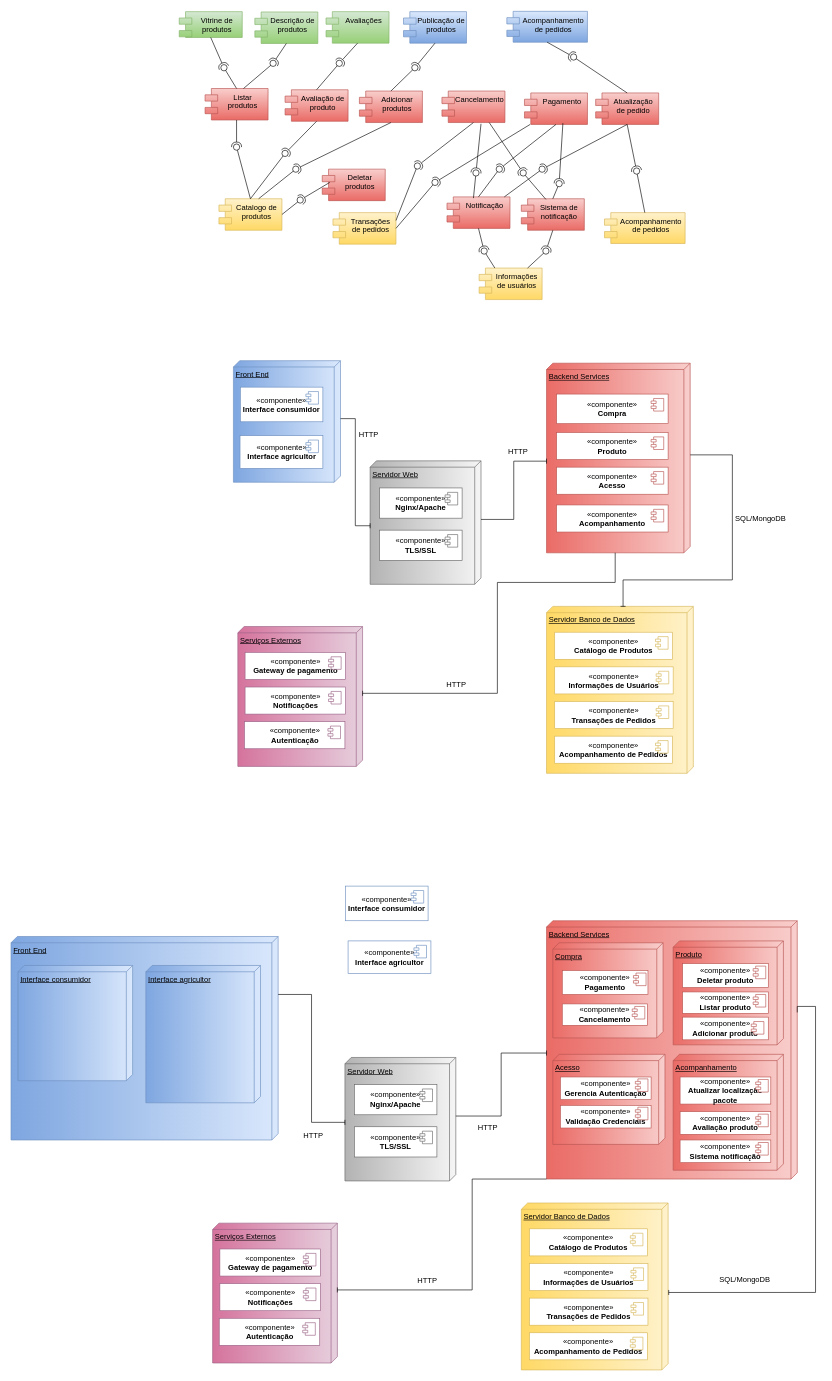
This is Diagrama sem nome.drawio from davimicale/Patinho-Feio-do-Legume, a draw.io file, before an edit. Source tidied: cells renumbered, new cells numbered last; positions are measured from the earlier drawing's top-left corner, leaving out a move shared by most shapes. Both pictures are drawn from the tidied source at 63%, with x=0, y=0 at pixel (11, 11).
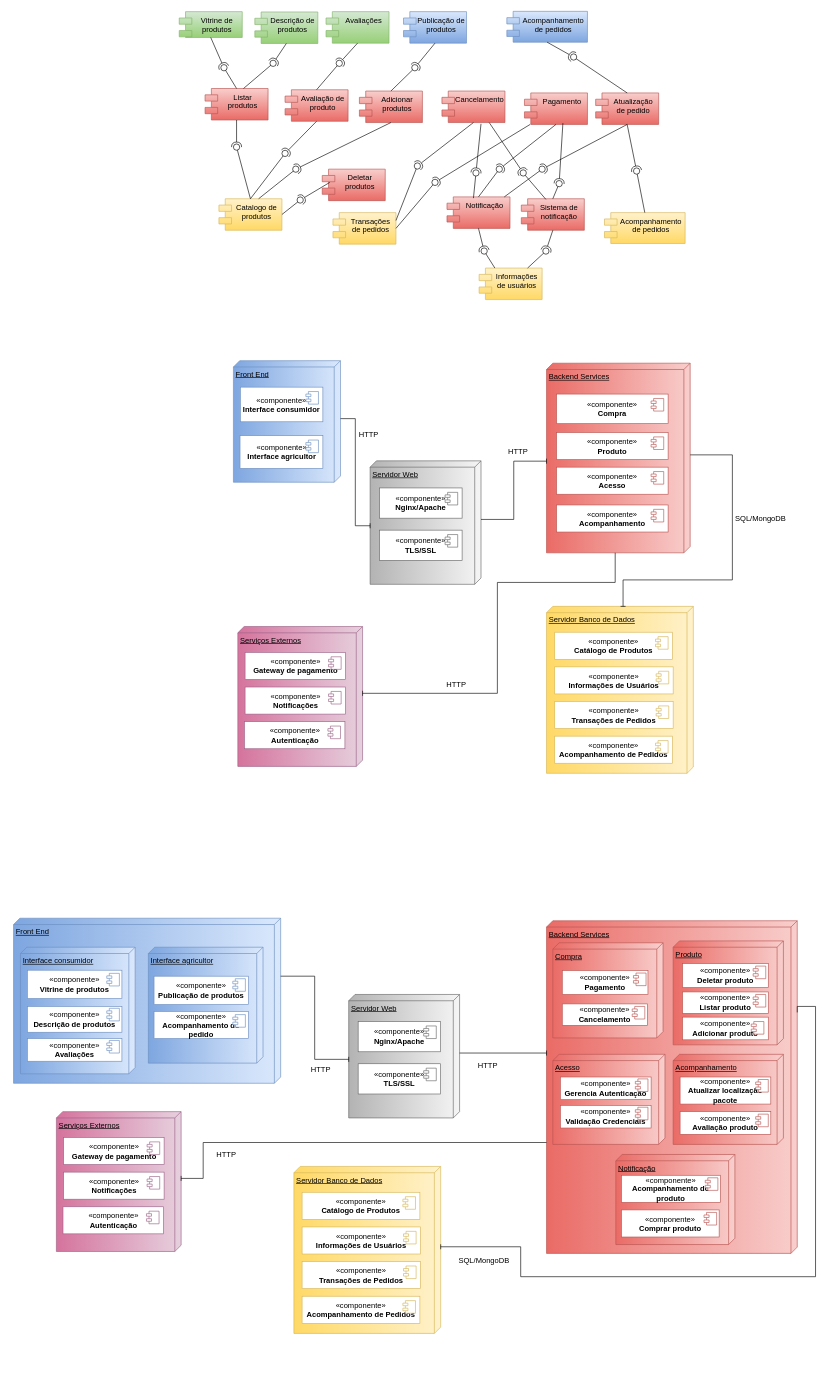
Above is the later version.

What changed in the source:
```diff
@@
     <mxCell id="120" value="Front End" style="verticalAlign=top;align=left;spacingTop=8;spacingLeft=2;spacingRight=12;shape=cube;size=10;direction=south;fontStyle=4;html=1;whiteSpace=wrap;fillColor=#dae8fc;gradientColor=#7ea6e0;strokeColor=#6C8EBF;" parent="1" vertex="1">
-      <mxGeometry y="1469" width="424" height="323" as="geometry" />
+      <mxGeometry x="4" y="1440" width="424" height="262" as="geometry" />
     </mxCell>
     <mxCell id="121" value="Servidor Web" style="verticalAlign=top;align=left;spacingTop=8;spacingLeft=2;spacingRight=12;shape=cube;size=10;direction=south;fontStyle=4;html=1;whiteSpace=wrap;fillColor=#f5f5f5;gradientColor=#b3b3b3;strokeColor=#666666;" parent="1" vertex="1">
-      <mxGeometry x="530" y="1661" width="176" height="196" as="geometry" />
+      <mxGeometry x="536" y="1561" width="176" height="196" as="geometry" />
     </mxCell>
     <mxCell id="122" value="Backend Services&lt;div&gt;&lt;br&gt;&lt;/div&gt;" style="verticalAlign=top;align=left;spacingTop=8;spacingLeft=2;spacingRight=12;shape=cube;size=10;direction=south;fontStyle=4;html=1;whiteSpace=wrap;fillColor=#f8cecc;strokeColor=#b85450;gradientColor=#ea6b66;" parent="1" vertex="1">
-      <mxGeometry x="850" y="1444" width="398" height="410" as="geometry" />
+      <mxGeometry x="850" y="1444" width="398" height="528" as="geometry" />
     </mxCell>
     <mxCell id="123" value="Servidor Banco de Dados" style="verticalAlign=top;align=left;spacingTop=8;spacingLeft=2;spacingRight=12;shape=cube;size=10;direction=south;fontStyle=4;html=1;whiteSpace=wrap;fillColor=#fff2cc;gradientColor=#ffd966;strokeColor=#D6B656;" parent="1" vertex="1">
-      <mxGeometry x="810" y="1892" width="233" height="265" as="geometry" />
+      <mxGeometry x="449" y="1834" width="233" height="265" as="geometry" />
     </mxCell>
     <mxCell id="124" value="Serviços Externos" style="verticalAlign=top;align=left;spacingTop=8;spacingLeft=2;spacingRight=12;shape=cube;size=10;direction=south;fontStyle=4;html=1;whiteSpace=wrap;fillColor=#e6d0de;strokeColor=#996185;gradientColor=#d5739d;" parent="1" vertex="1">
-      <mxGeometry x="320" y="1924" width="198" height="222" as="geometry" />
+      <mxGeometry x="72" y="1747" width="198" height="222" as="geometry" />
     </mxCell>
-    <mxCell id="125" value="«componente»&lt;br&gt;&lt;b&gt;Interface consumidor&lt;/b&gt;" style="html=1;whiteSpace=wrap;strokeColor=#6C8EBF;" parent="1" vertex="1">
-      <mxGeometry x="531" y="1389" width="131" height="55" as="geometry" />
-    </mxCell>
-    <mxCell id="126" style="shape=module;jettyWidth=8;jettyHeight=4;strokeColor=#6C8EBF;" parent="125" vertex="1">
-      <mxGeometry x="1" width="20" height="20" relative="1" as="geometry">
-        <mxPoint x="-27" y="7" as="offset" />
-      </mxGeometry>
-    </mxCell>
-    <mxCell id="127" value="«componente»&lt;br&gt;&lt;b&gt;Interface agricultor&lt;/b&gt;" style="html=1;whiteSpace=wrap;strokeColor=#6C8EBF;" parent="1" vertex="1">
-      <mxGeometry x="535" y="1476" width="131.5" height="52" as="geometry" />
-    </mxCell>
-    <mxCell id="128" style="shape=module;jettyWidth=8;jettyHeight=4;strokeColor=#6C8EBF;" parent="127" vertex="1">
-      <mxGeometry x="1" width="20" height="20" relative="1" as="geometry">
-        <mxPoint x="-27" y="7" as="offset" />
-      </mxGeometry>
-    </mxCell>
     <mxCell id="129" value="«componente»&lt;br&gt;&lt;b&gt;Catálogo de Produtos&lt;/b&gt;" style="html=1;whiteSpace=wrap;strokeColor=#D6B656;" parent="1" vertex="1">
-      <mxGeometry x="823" y="1933" width="187" height="43" as="geometry" />
+      <mxGeometry x="462" y="1875" width="187" height="43" as="geometry" />
     </mxCell>
@@
     <mxCell id="131" value="«componente»&lt;br&gt;&lt;b&gt;Informações de Usuários&lt;/b&gt;" style="html=1;whiteSpace=wrap;strokeColor=#D6B656;" parent="1" vertex="1">
-      <mxGeometry x="823" y="1988" width="188" height="43" as="geometry" />
+      <mxGeometry x="462" y="1930" width="188" height="43" as="geometry" />
     </mxCell>
@@
     <mxCell id="133" value="«componente»&lt;br&gt;&lt;b&gt;Transações de Pedidos&lt;/b&gt;" style="html=1;whiteSpace=wrap;strokeColor=#D6B656;" parent="1" vertex="1">
-      <mxGeometry x="823" y="2043" width="188" height="43" as="geometry" />
+      <mxGeometry x="462" y="1985" width="188" height="43" as="geometry" />
     </mxCell>
@@
     <mxCell id="135" value="«componente»&lt;br&gt;&lt;b&gt;Acompanhamento de Pedidos&lt;/b&gt;" style="html=1;whiteSpace=wrap;strokeColor=#D6B656;" parent="1" vertex="1">
-      <mxGeometry x="823" y="2098" width="187" height="43" as="geometry" />
+      <mxGeometry x="462" y="2040" width="187" height="43" as="geometry" />
     </mxCell>
@@
     <mxCell id="137" value="«componente»&lt;br&gt;&lt;b&gt;Nginx/Apache&lt;/b&gt;" style="html=1;whiteSpace=wrap;strokeColor=#666666;" parent="1" vertex="1">
-      <mxGeometry x="545" y="1704" width="131" height="48" as="geometry" />
+      <mxGeometry x="551" y="1604" width="131" height="48" as="geometry" />
     </mxCell>
@@
     <mxCell id="139" value="«componente»&lt;br&gt;&lt;b&gt;TLS/SSL&lt;/b&gt;" style="html=1;whiteSpace=wrap;strokeColor=#666666;" parent="1" vertex="1">
-      <mxGeometry x="545" y="1771" width="131" height="48" as="geometry" />
+      <mxGeometry x="551" y="1671" width="131" height="48" as="geometry" />
     </mxCell>
@@
     <mxCell id="141" value="«componente»&lt;br&gt;&lt;b&gt;Gateway de pagamento&lt;/b&gt;" style="html=1;whiteSpace=wrap;strokeColor=#996185;" parent="1" vertex="1">
-      <mxGeometry x="331.5" y="1965" width="159.5" height="43" as="geometry" />
+      <mxGeometry x="83.5" y="1788" width="159.5" height="43" as="geometry" />
     </mxCell>
@@
     <mxCell id="143" value="«componente»&lt;br&gt;&lt;b&gt;Notificações&lt;/b&gt;" style="html=1;whiteSpace=wrap;strokeColor=#996185;" parent="1" vertex="1">
-      <mxGeometry x="331.5" y="2020" width="159.5" height="43" as="geometry" />
+      <mxGeometry x="83.5" y="1843" width="159.5" height="43" as="geometry" />
     </mxCell>
@@
     <mxCell id="145" value="«componente»&lt;br&gt;&lt;b&gt;Autenticação&lt;/b&gt;" style="html=1;whiteSpace=wrap;strokeColor=#996185;" parent="1" vertex="1">
-      <mxGeometry x="330.5" y="2075" width="159.5" height="43" as="geometry" />
+      <mxGeometry x="82.5" y="1898" width="159.5" height="43" as="geometry" />
     </mxCell>
@@
-    <mxCell id="149" style="edgeStyle=orthogonalEdgeStyle;rounded=0;jettySize=auto;html=1;exitX=0;exitY=0;exitDx=145.5;exitDy=0;exitPerimeter=0;entryX=0.536;entryY=-0.004;entryDx=0;entryDy=0;entryPerimeter=0;endArrow=baseDash;endFill=0;" parent="1" edge="1" source="122" target="123">
+    <mxCell id="149" style="edgeStyle=orthogonalEdgeStyle;rounded=0;jettySize=auto;html=1;exitX=0;exitY=0;exitDx=145.5;exitDy=0;exitPerimeter=0;endArrow=baseDash;endFill=0;entryX=0;entryY=0;entryDx=127.5;entryDy=0;entryPerimeter=0;" parent="1" edge="1" source="122" target="123">
       <mxGeometry relative="1" as="geometry">
         <Array as="points">
+          <mxPoint x="1248" y="1580" />
           <mxPoint x="1277" y="1580" />
-          <mxPoint x="1277" y="2034" />
+          <mxPoint x="1277" y="2009" />
+          <mxPoint x="809" y="2009" />
+          <mxPoint x="809" y="1962" />
         </Array>
       </mxGeometry>
     </mxCell>
     <mxCell id="150" style="edgeStyle=orthogonalEdgeStyle;rounded=0;jettySize=auto;html=1;entryX=0;entryY=0;entryDx=106;entryDy=0;entryPerimeter=0;endArrow=baseDash;endFill=0;" parent="1" edge="1" source="122" target="124">
       <mxGeometry relative="1" as="geometry">
         <Array as="points">
-          <mxPoint x="919" y="1854" />
-          <mxPoint x="732" y="1854" />
-          <mxPoint x="732" y="2030" />
+          <mxPoint x="305" y="1796" />
+          <mxPoint x="305" y="1853" />
         </Array>
       </mxGeometry>
     </mxCell>
     <mxCell id="151" value="HTTP" style="text;strokeColor=none;align=center;fillColor=none;html=1;verticalAlign=middle;whiteSpace=wrap;rounded=0;" parent="1" vertex="1">
-      <mxGeometry x="616" y="1995" width="90" height="42" as="geometry" />
+      <mxGeometry x="297" y="1795" width="90" height="42" as="geometry" />
     </mxCell>
     <mxCell id="152" value="HTTP" style="text;strokeColor=none;align=center;fillColor=none;html=1;verticalAlign=middle;whiteSpace=wrap;rounded=0;" parent="1" vertex="1">
-      <mxGeometry x="435" y="1765" width="90" height="42" as="geometry" />
+      <mxGeometry x="447" y="1660" width="90" height="42" as="geometry" />
     </mxCell>
     <mxCell id="153" value="HTTP" style="text;strokeColor=none;align=center;fillColor=none;html=1;verticalAlign=middle;whiteSpace=wrap;rounded=0;" parent="1" vertex="1">
-      <mxGeometry x="712" y="1752" width="90" height="42" as="geometry" />
+      <mxGeometry x="712" y="1654" width="90" height="42" as="geometry" />
     </mxCell>
     <mxCell id="154" value="SQL/MongoDB" style="text;strokeColor=none;align=center;fillColor=none;html=1;verticalAlign=middle;whiteSpace=wrap;rounded=0;" parent="1" vertex="1">
-      <mxGeometry x="1120" y="1993" width="90" height="42" as="geometry" />
+      <mxGeometry x="706" y="1962" width="90" height="42" as="geometry" />
     </mxCell>
@@
     <mxCell id="158" value="Acompanhamento" style="verticalAlign=top;align=left;spacingTop=8;spacingLeft=2;spacingRight=12;shape=cube;size=10;direction=south;fontStyle=4;html=1;whiteSpace=wrap;strokeColor=#b85450;fillColor=#f8cecc;gradientColor=#ea6b66;" parent="1" vertex="1">
-      <mxGeometry x="1051" y="1656" width="175" height="184" as="geometry" />
+      <mxGeometry x="1051" y="1656" width="175" height="143" as="geometry" />
     </mxCell>
@@
-    <mxCell id="177" value="«componente»&lt;br&gt;&lt;b&gt;Sistema notificação&lt;/b&gt;" style="html=1;whiteSpace=wrap;strokeColor=#B85450;" parent="1" vertex="1">
-      <mxGeometry x="1062" y="1792" width="144" height="36" as="geometry" />
-    </mxCell>
-    <mxCell id="178" style="shape=module;jettyWidth=8;jettyHeight=4;strokeColor=#B85450;" parent="177" vertex="1">
-      <mxGeometry x="1" width="20" height="20" relative="1" as="geometry">
-        <mxPoint x="-24" y="4" as="offset" />
-      </mxGeometry>
-    </mxCell>
     <mxCell id="179" value="Interface consumidor" style="verticalAlign=top;align=left;spacingTop=8;spacingLeft=2;spacingRight=12;shape=cube;size=10;direction=south;fontStyle=4;html=1;whiteSpace=wrap;fillColor=#dae8fc;gradientColor=#7ea6e0;strokeColor=#6c8ebf;" parent="1" vertex="1">
-      <mxGeometry x="11" y="1515" width="182" height="183" as="geometry" />
+      <mxGeometry x="15" y="1486" width="182" height="201" as="geometry" />
     </mxCell>
     <mxCell id="180" value="Interface agricultor" style="verticalAlign=top;align=left;spacingTop=8;spacingLeft=2;spacingRight=12;shape=cube;size=10;direction=south;fontStyle=4;html=1;whiteSpace=wrap;fillColor=#dae8fc;gradientColor=#7ea6e0;strokeColor=#6c8ebf;" parent="1" vertex="1">
-      <mxGeometry x="214" y="1515" width="182" height="218" as="geometry" />
+      <mxGeometry x="218" y="1486" width="182" height="184" as="geometry" />
     </mxCell>
+    <mxCell id="181" value="«componente»&lt;br&gt;&lt;b&gt;Publicação de produtos&lt;/b&gt;" style="html=1;whiteSpace=wrap;strokeColor=#6C8EBF;" parent="1" vertex="1">
+      <mxGeometry x="227" y="1532" width="150" height="45" as="geometry" />
+    </mxCell>
+    <mxCell id="182" style="shape=module;jettyWidth=8;jettyHeight=4;strokeColor=#6C8EBF;" parent="181" vertex="1">
+      <mxGeometry x="1" width="20" height="20" relative="1" as="geometry">
+        <mxPoint x="-25" y="4" as="offset" />
+      </mxGeometry>
+    </mxCell>
+    <mxCell id="183" value="«componente»&lt;br&gt;&lt;b&gt;Acompanhamento do pedido&lt;/b&gt;" style="html=1;whiteSpace=wrap;strokeColor=#6C8EBF;" parent="1" vertex="1">
+      <mxGeometry x="227" y="1588" width="150" height="43" as="geometry" />
+    </mxCell>
+    <mxCell id="184" style="shape=module;jettyWidth=8;jettyHeight=4;strokeColor=#6C8EBF;" parent="183" vertex="1">
+      <mxGeometry x="1" width="20" height="20" relative="1" as="geometry">
+        <mxPoint x="-25" y="5" as="offset" />
+      </mxGeometry>
+    </mxCell>
+    <mxCell id="185" value="«componente»&lt;br&gt;&lt;b&gt;Vitrine de produtos&lt;/b&gt;" style="html=1;whiteSpace=wrap;strokeColor=#6C8EBF;" parent="1" vertex="1">
+      <mxGeometry x="26" y="1522.5" width="150" height="45" as="geometry" />
+    </mxCell>
+    <mxCell id="186" style="shape=module;jettyWidth=8;jettyHeight=4;strokeColor=#6C8EBF;" parent="185" vertex="1">
+      <mxGeometry x="1" width="20" height="20" relative="1" as="geometry">
+        <mxPoint x="-24" y="5" as="offset" />
+      </mxGeometry>
+    </mxCell>
+    <mxCell id="187" value="«componente»&lt;br&gt;&lt;b&gt;Descrição de produtos&lt;/b&gt;" style="html=1;whiteSpace=wrap;strokeColor=#6C8EBF;" parent="1" vertex="1">
+      <mxGeometry x="26" y="1580" width="150" height="41" as="geometry" />
+    </mxCell>
+    <mxCell id="188" style="shape=module;jettyWidth=8;jettyHeight=4;strokeColor=#6C8EBF;" parent="187" vertex="1">
+      <mxGeometry x="1" width="20" height="20" relative="1" as="geometry">
+        <mxPoint x="-24" y="3" as="offset" />
+      </mxGeometry>
+    </mxCell>
+    <mxCell id="189" value="«componente»&lt;br&gt;&lt;b&gt;Avaliações&lt;/b&gt;" style="html=1;whiteSpace=wrap;strokeColor=#6C8EBF;" parent="1" vertex="1">
+      <mxGeometry x="26" y="1631" width="150" height="36" as="geometry" />
+    </mxCell>
+    <mxCell id="190" style="shape=module;jettyWidth=8;jettyHeight=4;strokeColor=#6C8EBF;" parent="189" vertex="1">
+      <mxGeometry x="1" width="20" height="20" relative="1" as="geometry">
+        <mxPoint x="-24" y="3" as="offset" />
+      </mxGeometry>
+    </mxCell>
+    <mxCell id="191" value="Notificação" style="verticalAlign=top;align=left;spacingTop=8;spacingLeft=2;spacingRight=12;shape=cube;size=10;direction=south;fontStyle=4;html=1;whiteSpace=wrap;strokeColor=#b85450;fillColor=#f8cecc;gradientColor=#ea6b66;" parent="1" vertex="1">
+      <mxGeometry x="960" y="1815" width="189" height="143" as="geometry" />
+    </mxCell>
+    <mxCell id="192" value="«componente»&lt;br&gt;&lt;b&gt;Acompanhamento do produto&lt;/b&gt;" style="html=1;whiteSpace=wrap;strokeColor=#B85450;" parent="1" vertex="1">
+      <mxGeometry x="969" y="1848" width="157" height="43" as="geometry" />
+    </mxCell>
+    <mxCell id="193" style="shape=module;jettyWidth=8;jettyHeight=4;strokeColor=#B85450;" parent="192" vertex="1">
+      <mxGeometry x="1" width="20" height="20" relative="1" as="geometry">
+        <mxPoint x="-24" y="4" as="offset" />
+      </mxGeometry>
+    </mxCell>
+    <mxCell id="194" value="«componente»&lt;br&gt;&lt;b&gt;Comprar produto&lt;/b&gt;" style="html=1;whiteSpace=wrap;strokeColor=#B85450;" parent="1" vertex="1">
+      <mxGeometry x="969" y="1903" width="155" height="43" as="geometry" />
+    </mxCell>
+    <mxCell id="195" style="shape=module;jettyWidth=8;jettyHeight=4;strokeColor=#B85450;" parent="194" vertex="1">
+      <mxGeometry x="1" width="20" height="20" relative="1" as="geometry">
+        <mxPoint x="-24" y="4" as="offset" />
+      </mxGeometry>
+    </mxCell>
```
